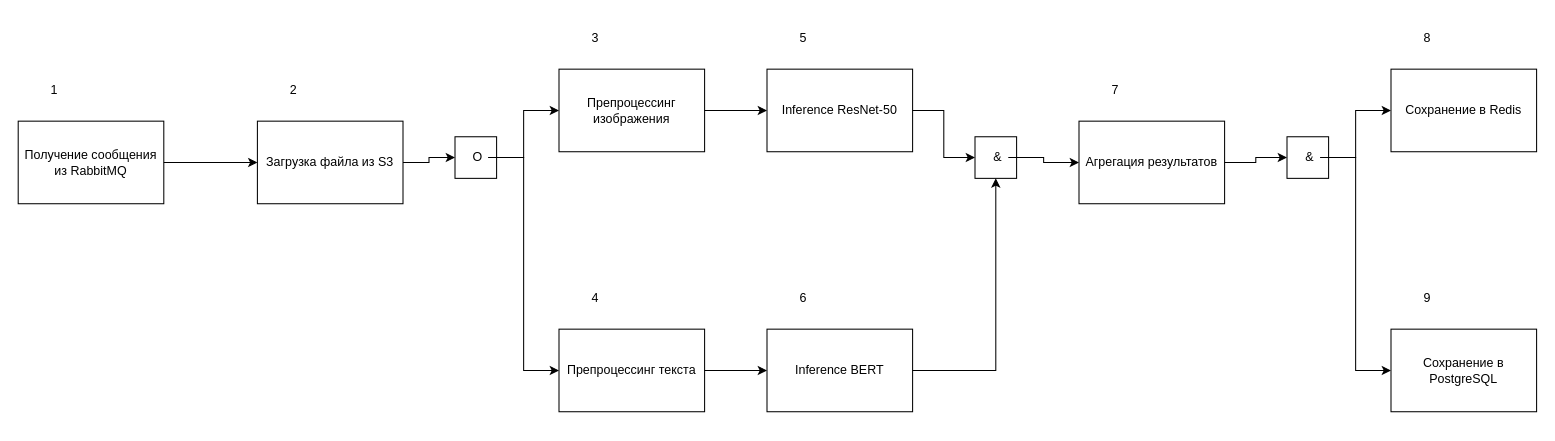
Above: diagrams-codes/IDEF3_P3.drawio in Edisheri/system-engineering-playbook (draw.io), before the change. Source tidied: cells renumbered, new cells numbered last; positions are measured from the earlier drawing's top-left corner, leaving out a move shared by most shapes. Both pictures are drawn from the tidied source at 104%, with x=0, y=0 at pixel (18, 17).
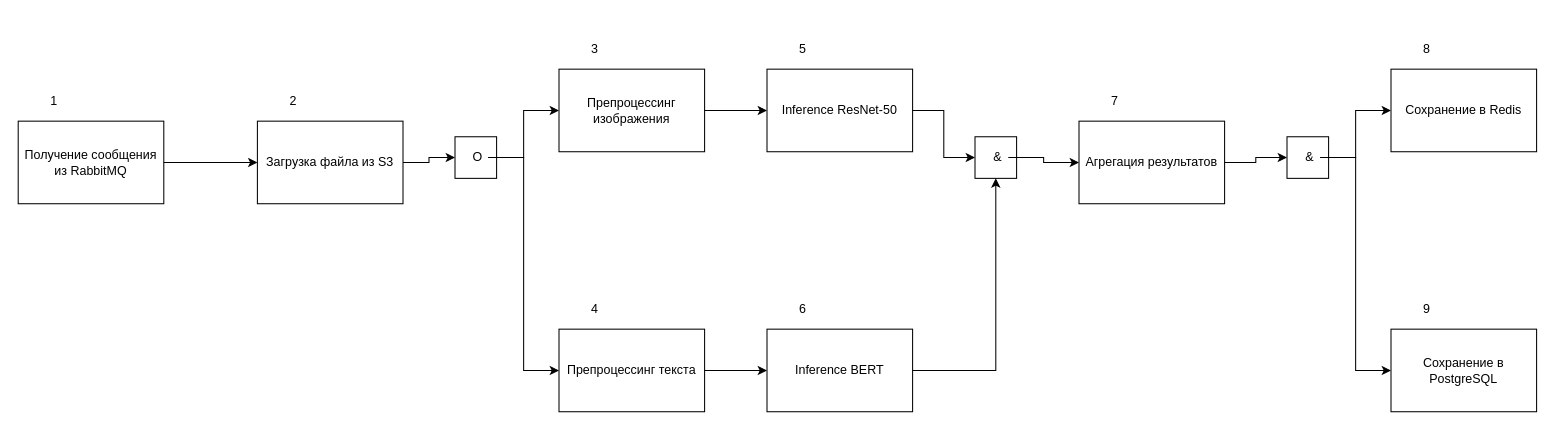
Above is the later version.

The change refers to these unchanged cells:
```xml
<mxCell id="2" style="group;" parent="1" vertex="1">
  <mxGeometry y="100" width="140" height="100" as="geometry" />
</mxCell>
<mxCell id="5" style="group;" parent="1" vertex="1">
  <mxGeometry x="230" y="100" width="140" height="100" as="geometry" />
</mxCell>
<mxCell id="11" style="group;" parent="1" vertex="1">
  <mxGeometry x="520" y="50" width="140" height="100" as="geometry" />
</mxCell>
<mxCell id="14" style="group;" parent="1" vertex="1">
  <mxGeometry x="520" y="300" width="140" height="90" as="geometry" />
</mxCell>
<mxCell id="17" style="group;" parent="1" vertex="1">
  <mxGeometry x="720" y="50" width="140" height="100" as="geometry" />
</mxCell>
<mxCell id="20" style="group;" parent="1" vertex="1">
  <mxGeometry x="720" y="300" width="140" height="90" as="geometry" />
</mxCell>
<mxCell id="26" style="group;" parent="1" vertex="1">
  <mxGeometry x="1020" y="100" width="140" height="100" as="geometry" />
</mxCell>
<mxCell id="32" style="group;" parent="1" vertex="1">
  <mxGeometry x="1320" y="50" width="140" height="100" as="geometry" />
</mxCell>
<mxCell id="35" style="group;" parent="1" vertex="1">
  <mxGeometry x="1320" y="300" width="140" height="90" as="geometry" />
</mxCell>
```

Diff of the diagram source:
```diff
@@
-    <mxCell id="4" value="1" style="text;html=1;align=center;verticalAlign=middle;whiteSpace=wrap;rounded=0;" parent="2" vertex="1">
-      <mxGeometry y="-49.7" width="70" height="39.7" as="geometry" />
+    <mxCell id="4" value="1" style="text;html=1;align=right;verticalAlign=bottom;whiteSpace=wrap;rounded=0;" parent="2" vertex="1">
+      <mxGeometry y="-49.7" width="40" height="39.7" as="geometry" />
     </mxCell>
@@
-    <mxCell id="7" value="2" style="text;html=1;align=center;verticalAlign=middle;whiteSpace=wrap;rounded=0;" parent="5" vertex="1">
-      <mxGeometry y="-49.7" width="70" height="39.7" as="geometry" />
+    <mxCell id="7" value="2" style="text;html=1;align=right;verticalAlign=bottom;whiteSpace=wrap;rounded=0;" parent="5" vertex="1">
+      <mxGeometry y="-49.7" width="40" height="39.7" as="geometry" />
     </mxCell>
@@
-    <mxCell id="13" value="3" style="text;html=1;align=center;verticalAlign=middle;whiteSpace=wrap;rounded=0;" parent="11" vertex="1">
-      <mxGeometry y="-49.7" width="70" height="39.7" as="geometry" />
+    <mxCell id="13" value="3" style="text;html=1;align=right;verticalAlign=bottom;whiteSpace=wrap;rounded=0;" parent="11" vertex="1">
+      <mxGeometry y="-49.7" width="40" height="39.7" as="geometry" />
     </mxCell>
@@
-    <mxCell id="16" value="4" style="text;html=1;align=center;verticalAlign=middle;whiteSpace=wrap;rounded=0;" parent="14" vertex="1">
-      <mxGeometry y="-49.7" width="70" height="39.7" as="geometry" />
+    <mxCell id="16" value="4" style="text;html=1;align=right;verticalAlign=bottom;whiteSpace=wrap;rounded=0;" parent="14" vertex="1">
+      <mxGeometry y="-49.7" width="40" height="39.7" as="geometry" />
     </mxCell>
@@
-    <mxCell id="19" value="5" style="text;html=1;align=center;verticalAlign=middle;whiteSpace=wrap;rounded=0;" parent="17" vertex="1">
-      <mxGeometry y="-49.7" width="70" height="39.7" as="geometry" />
+    <mxCell id="19" value="5" style="text;html=1;align=right;verticalAlign=bottom;whiteSpace=wrap;rounded=0;" parent="17" vertex="1">
+      <mxGeometry y="-49.7" width="40" height="39.7" as="geometry" />
     </mxCell>
@@
-    <mxCell id="22" value="6" style="text;html=1;align=center;verticalAlign=middle;whiteSpace=wrap;rounded=0;" parent="20" vertex="1">
-      <mxGeometry y="-49.7" width="70" height="39.7" as="geometry" />
+    <mxCell id="22" value="6" style="text;html=1;align=right;verticalAlign=bottom;whiteSpace=wrap;rounded=0;" parent="20" vertex="1">
+      <mxGeometry y="-49.7" width="40" height="39.7" as="geometry" />
     </mxCell>
@@
-    <mxCell id="28" value="7" style="text;html=1;align=center;verticalAlign=middle;whiteSpace=wrap;rounded=0;" parent="26" vertex="1">
-      <mxGeometry y="-49.7" width="70" height="39.7" as="geometry" />
+    <mxCell id="28" value="7" style="text;html=1;align=right;verticalAlign=bottom;whiteSpace=wrap;rounded=0;" parent="26" vertex="1">
+      <mxGeometry y="-49.7" width="40" height="39.7" as="geometry" />
     </mxCell>
@@
-    <mxCell id="34" value="8" style="text;html=1;align=center;verticalAlign=middle;whiteSpace=wrap;rounded=0;" parent="32" vertex="1">
-      <mxGeometry y="-49.7" width="70" height="39.7" as="geometry" />
+    <mxCell id="34" value="8" style="text;html=1;align=right;verticalAlign=bottom;whiteSpace=wrap;rounded=0;" parent="32" vertex="1">
+      <mxGeometry y="-49.7" width="40" height="39.7" as="geometry" />
     </mxCell>
@@
-    <mxCell id="37" value="9" style="text;html=1;align=center;verticalAlign=middle;whiteSpace=wrap;rounded=0;" parent="35" vertex="1">
-      <mxGeometry y="-49.7" width="70" height="39.7" as="geometry" />
+    <mxCell id="37" value="9" style="text;html=1;align=right;verticalAlign=bottom;whiteSpace=wrap;rounded=0;" parent="35" vertex="1">
+      <mxGeometry y="-49.7" width="40" height="39.7" as="geometry" />
     </mxCell>
```
